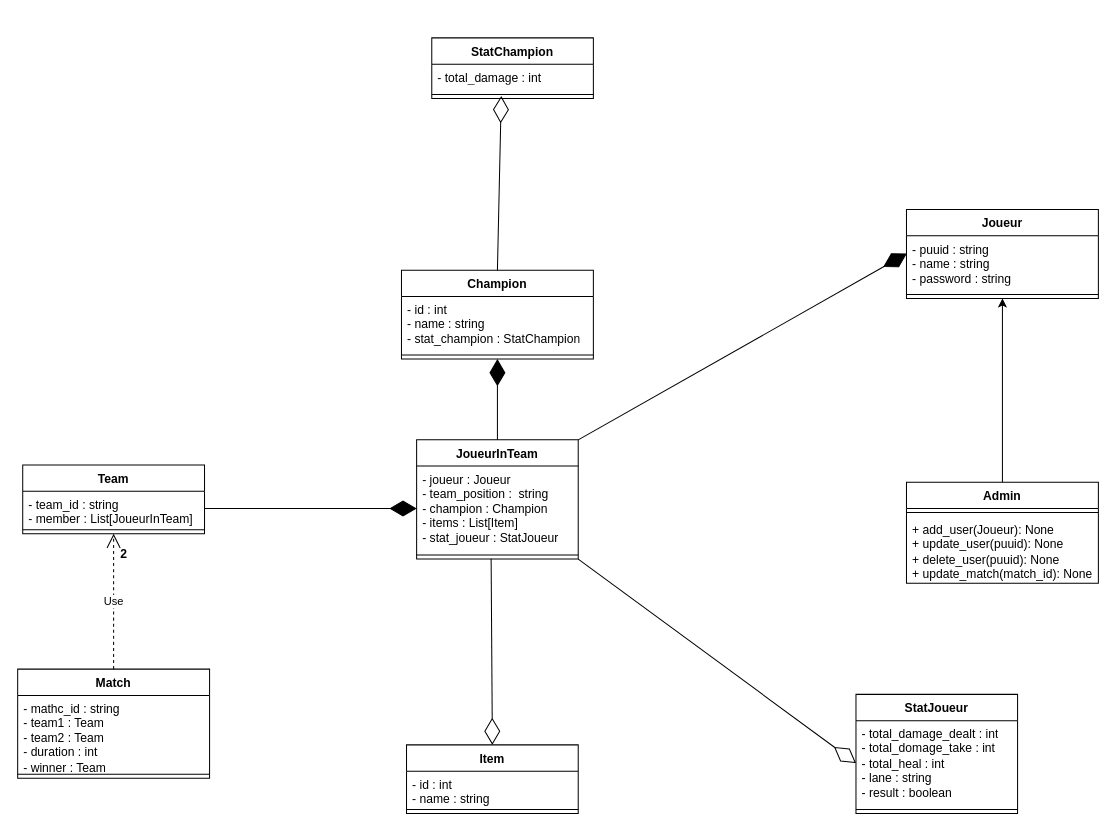
The draw.io diagram Image Prod/League of legends.drawio in Niyo-D-JC/HelpWork, before the edit. Source tidied: cells renumbered, new cells numbered last; positions are measured from the earlier drawing's top-left corner, leaving out a move shared by most shapes. Both pictures are drawn from the tidied source at 101%, with x=0, y=0 at pixel (17, 37).
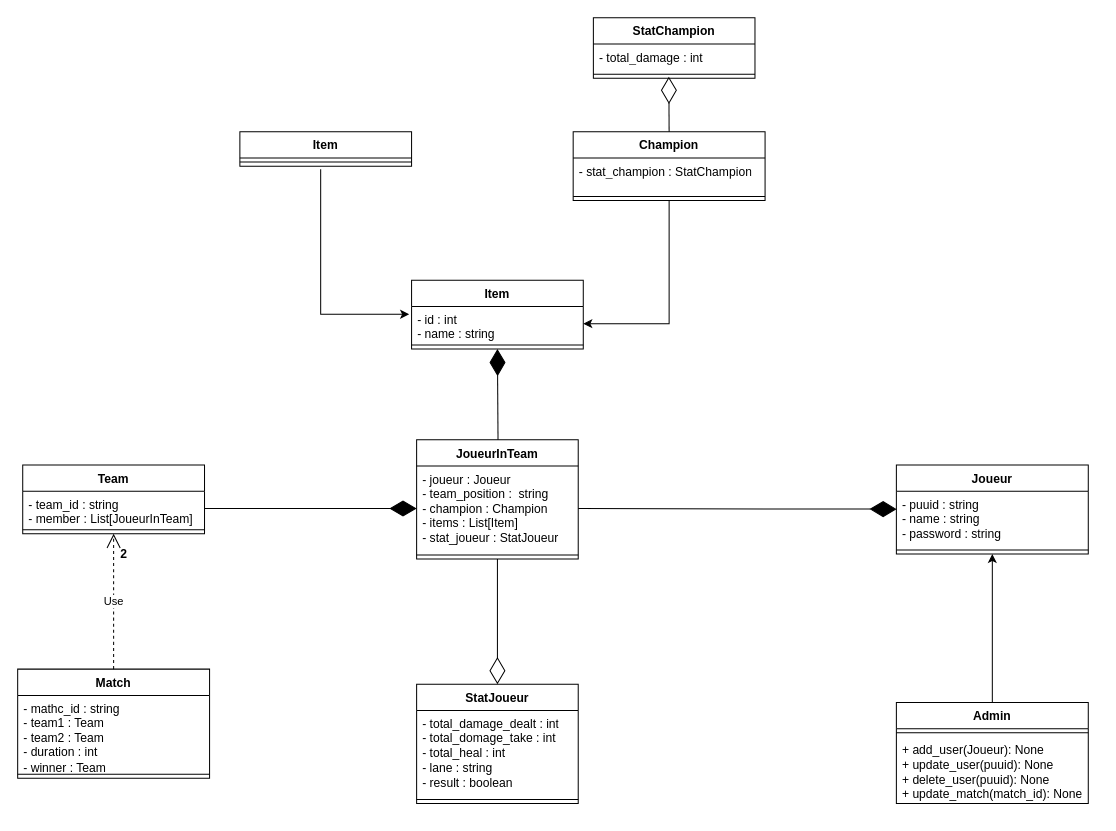
After the change.

Unchanged cells that the change refers to:
```xml
<mxCell id="4" style="line;strokeWidth=1;fillColor=none;align=left;verticalAlign=middle;spacingTop=-1;spacingLeft=3;spacingRight=3;labelPosition=right;points=[];portConstraint=eastwest;strokeColor=inherit;" parent="2" vertex="1">
  <mxGeometry y="52" width="160" height="8" as="geometry" />
</mxCell>
<mxCell id="6" value="- total_damage_dealt : int&lt;br&gt;- total_domage_take : int&lt;br&gt;- total_heal : int&lt;br&gt;- lane : string&lt;br&gt;- result : boolean" style="text;strokeColor=none;fillColor=none;align=left;verticalAlign=top;spacingLeft=4;spacingRight=4;overflow=hidden;points=[[0,0.5],[1,0.5]];portConstraint=eastwest;whiteSpace=wrap;html=1;" parent="5" vertex="1">
  <mxGeometry y="26" width="160" height="84" as="geometry" />
</mxCell>
<mxCell id="9" value="- puuid : string&lt;br&gt;- name : string&lt;span style=&quot;white-space: pre;&quot;&gt;&#9;&lt;/span&gt;&lt;br&gt;- password : string" style="text;strokeColor=none;fillColor=none;align=left;verticalAlign=top;spacingLeft=4;spacingRight=4;overflow=hidden;points=[[0,0.5],[1,0.5]];portConstraint=eastwest;whiteSpace=wrap;html=1;" parent="8" vertex="1">
  <mxGeometry y="26" width="190" height="54" as="geometry" />
</mxCell>
<mxCell id="15" value="JoueurInTeam" style="swimlane;fontStyle=1;align=center;verticalAlign=top;horizontal=1;startSize=26;whiteSpace=wrap;html=1;" parent="1" vertex="1">
  <mxGeometry x="395" y="398" width="160" height="118" as="geometry" />
</mxCell>
<mxCell id="16" value="- joueur : Joueur&lt;br&gt;- team_position :&amp;nbsp; string&lt;br&gt;- champion : Champion&lt;br&gt;- items : List[Item]&lt;br&gt;- stat_joueur : StatJoueur" style="text;strokeColor=none;fillColor=none;align=left;verticalAlign=top;spacingLeft=4;spacingRight=4;overflow=hidden;points=[[0,0.5],[1,0.5]];portConstraint=eastwest;whiteSpace=wrap;html=1;" parent="15" vertex="1">
  <mxGeometry y="26" width="160" height="84" as="geometry" />
</mxCell>
<mxCell id="17" style="line;strokeWidth=1;fillColor=none;align=left;verticalAlign=middle;spacingTop=-1;spacingLeft=3;spacingRight=3;labelPosition=right;points=[];portConstraint=eastwest;strokeColor=inherit;" parent="15" vertex="1">
  <mxGeometry y="110" width="160" height="8" as="geometry" />
</mxCell>
```

Diff of the diagram source:
```diff
@@
     <mxCell id="2" value="StatChampion" style="swimlane;fontStyle=1;align=center;verticalAlign=top;horizontal=1;startSize=26;whiteSpace=wrap;html=1;" parent="1" vertex="1">
-      <mxGeometry x="410" width="160" height="60" as="geometry" />
+      <mxGeometry x="570" y="-20" width="160" height="60" as="geometry" />
     </mxCell>
@@
     <mxCell id="5" value="StatJoueur" style="swimlane;fontStyle=1;align=center;verticalAlign=top;horizontal=1;startSize=26;whiteSpace=wrap;html=1;" parent="1" vertex="1">
-      <mxGeometry x="830" y="650" width="160" height="118" as="geometry" />
+      <mxGeometry x="395" y="640" width="160" height="118" as="geometry" />
     </mxCell>
@@
     <mxCell id="8" value="Joueur" style="swimlane;fontStyle=1;align=center;verticalAlign=top;horizontal=1;startSize=26;whiteSpace=wrap;html=1;" parent="1" vertex="1">
-      <mxGeometry x="880" y="170" width="190" height="88" as="geometry" />
+      <mxGeometry x="870" y="423" width="190" height="88" as="geometry" />
     </mxCell>
@@
     <mxCell id="11" style="edgeStyle=orthogonalEdgeStyle;rounded=0;jettySize=auto;html=1;entryX=0.5;entryY=1;entryDx=0;entryDy=0;" parent="1" edge="1" source="12" target="8">
       <mxGeometry relative="1" as="geometry">
         <Array as="points">
-          <mxPoint x="975" y="400" />
-          <mxPoint x="975" y="400" />
+          <mxPoint x="965" y="618" />
+          <mxPoint x="965" y="618" />
         </Array>
       </mxGeometry>
     </mxCell>
     <mxCell id="12" value="Admin" style="swimlane;fontStyle=1;align=center;verticalAlign=top;horizontal=1;startSize=26;whiteSpace=wrap;html=1;" parent="1" vertex="1">
-      <mxGeometry x="880" y="440" width="190" height="100" as="geometry" />
+      <mxGeometry x="870" y="658" width="190" height="100" as="geometry" />
     </mxCell>
@@
-    <mxCell id="24" value="Item" style="swimlane;fontStyle=1;align=center;verticalAlign=top;horizontal=1;startSize=26;whiteSpace=wrap;html=1;" parent="1" vertex="1">
-      <mxGeometry x="385" y="700" width="170" height="68" as="geometry" />
-    </mxCell>
-    <mxCell id="25" value="- id : int&lt;br&gt;- name : string" style="text;strokeColor=none;fillColor=none;align=left;verticalAlign=top;spacingLeft=4;spacingRight=4;overflow=hidden;points=[[0,0.5],[1,0.5]];portConstraint=eastwest;whiteSpace=wrap;html=1;" parent="24" vertex="1">
-      <mxGeometry y="26" width="170" height="34" as="geometry" />
-    </mxCell>
-    <mxCell id="26" style="line;strokeWidth=1;fillColor=none;align=left;verticalAlign=middle;spacingTop=-1;spacingLeft=3;spacingRight=3;labelPosition=right;strokeColor=inherit;" parent="24" vertex="1">
-      <mxGeometry y="60" width="170" height="8" as="geometry" />
-    </mxCell>
     <mxCell id="27" value="Champion" style="swimlane;fontStyle=1;align=center;verticalAlign=top;horizontal=1;startSize=26;whiteSpace=wrap;html=1;" parent="1" vertex="1">
-      <mxGeometry x="380" y="230" width="190" height="88" as="geometry" />
+      <mxGeometry x="550" y="93" width="190" height="68" as="geometry" />
     </mxCell>
-    <mxCell id="28" value="- id : int&lt;br&gt;- name : string&lt;br&gt;- stat_champion : StatChampion" style="text;strokeColor=none;fillColor=none;align=left;verticalAlign=top;spacingLeft=4;spacingRight=4;overflow=hidden;whiteSpace=wrap;html=1;" parent="27" vertex="1">
-      <mxGeometry y="26" width="190" height="54" as="geometry" />
+    <mxCell id="28" value="- stat_champion : StatChampion" style="text;strokeColor=none;fillColor=none;align=left;verticalAlign=top;spacingLeft=4;spacingRight=4;overflow=hidden;whiteSpace=wrap;html=1;" parent="27" vertex="1">
+      <mxGeometry y="26" width="190" height="34" as="geometry" />
     </mxCell>
     <mxCell id="29" style="line;strokeWidth=1;fillColor=none;align=left;verticalAlign=middle;spacingTop=-1;spacingLeft=3;spacingRight=3;labelPosition=right;strokeColor=inherit;" parent="27" vertex="1">
-      <mxGeometry y="80" width="190" height="8" as="geometry" />
+      <mxGeometry y="60" width="190" height="8" as="geometry" />
     </mxCell>
@@
-    <mxCell id="31" style="endArrow=diamondThin;endFill=1;endSize=24;html=1;rounded=0;entryX=0.002;entryY=0.326;entryDx=0;entryDy=0;entryPerimeter=0;exitX=1;exitY=0;exitDx=0;exitDy=0;" parent="1" edge="1" source="15" target="9">
+    <mxCell id="31" style="endArrow=diamondThin;endFill=1;endSize=24;html=1;rounded=0;entryX=0.002;entryY=0.326;entryDx=0;entryDy=0;entryPerimeter=0;exitX=1;exitY=0.5;exitDx=0;exitDy=0;" parent="1" edge="1" source="16" target="9">
       <mxGeometry relative="1" as="geometry" />
     </mxCell>
@@
-    <mxCell id="34" style="endArrow=diamondThin;endFill=1;endSize=24;html=1;rounded=0;exitX=0.5;exitY=0;exitDx=0;exitDy=0;entryX=0.5;entryY=1;entryDx=0;entryDy=0;" parent="1" edge="1" source="15" target="27">
-      <mxGeometry relative="1" as="geometry" />
+    <mxCell id="34" style="endArrow=diamondThin;endFill=1;endSize=24;html=1;rounded=0;exitX=0.5;exitY=0;exitDx=0;exitDy=0;entryX=0.5;entryY=1;entryDx=0;entryDy=0;" parent="1" edge="1">
+      <mxGeometry relative="1" as="geometry">
+        <mxPoint x="475.6" y="398" as="sourcePoint" />
+        <mxPoint x="475" y="308" as="targetPoint" />
+      </mxGeometry>
     </mxCell>
-    <mxCell id="35" style="endArrow=diamondThin;endFill=0;endSize=24;html=1;rounded=0;entryX=0.5;entryY=0;entryDx=0;entryDy=0;exitX=0.461;exitY=0.95;exitDx=0;exitDy=0;exitPerimeter=0;" parent="1" edge="1" source="17" target="24">
-      <mxGeometry relative="1" as="geometry" />
-    </mxCell>
-    <mxCell id="36" style="endArrow=diamondThin;endFill=0;endSize=24;html=1;exitX=0.5;exitY=0;exitDx=0;exitDy=0;rounded=0;entryX=0.43;entryY=0.7;entryDx=0;entryDy=0;entryPerimeter=0;" parent="1" edge="1" source="27" target="4">
+    <mxCell id="36" style="endArrow=diamondThin;endFill=0;endSize=24;html=1;exitX=0.5;exitY=0;exitDx=0;exitDy=0;rounded=0;entryX=0.467;entryY=0.8;entryDx=0;entryDy=0;entryPerimeter=0;" parent="1" edge="1" source="27" target="4">
       <mxGeometry relative="1" as="geometry" />
     </mxCell>
-    <mxCell id="37" style="endArrow=diamondThin;endFill=0;endSize=24;html=1;rounded=0;entryX=0;entryY=0.5;entryDx=0;entryDy=0;exitX=1;exitY=1;exitDx=0;exitDy=0;" parent="1" edge="1" source="15" target="6">
+    <mxCell id="37" style="endArrow=diamondThin;endFill=0;endSize=24;html=1;rounded=0;entryX=0.5;entryY=0;entryDx=0;entryDy=0;exitX=0.5;exitY=1;exitDx=0;exitDy=0;" parent="1" edge="1" source="15" target="5">
       <mxGeometry relative="1" as="geometry" />
     </mxCell>
+    <mxCell id="38" value="Item" style="swimlane;fontStyle=1;align=center;verticalAlign=top;horizontal=1;startSize=26;whiteSpace=wrap;html=1;" parent="1" vertex="1">
+      <mxGeometry x="220" y="93" width="170" height="34" as="geometry" />
+    </mxCell>
+    <mxCell id="39" style="line;strokeWidth=1;fillColor=none;align=left;verticalAlign=middle;spacingTop=-1;spacingLeft=3;spacingRight=3;labelPosition=right;strokeColor=inherit;" parent="38" vertex="1">
+      <mxGeometry y="26" width="170" height="8" as="geometry" />
+    </mxCell>
+    <mxCell id="40" value="Item" style="swimlane;fontStyle=1;align=center;verticalAlign=top;horizontal=1;startSize=26;whiteSpace=wrap;html=1;" parent="1" vertex="1">
+      <mxGeometry x="390" y="240" width="170" height="68" as="geometry" />
+    </mxCell>
+    <mxCell id="25" value="- id : int&lt;br&gt;- name : string" style="text;strokeColor=none;fillColor=none;align=left;verticalAlign=top;spacingLeft=4;spacingRight=4;overflow=hidden;points=[[0,0.5],[1,0.5]];portConstraint=eastwest;whiteSpace=wrap;html=1;" parent="40" vertex="1">
+      <mxGeometry y="26" width="170" height="34" as="geometry" />
+    </mxCell>
+    <mxCell id="26" style="line;strokeWidth=1;fillColor=none;align=left;verticalAlign=middle;spacingTop=-1;spacingLeft=3;spacingRight=3;labelPosition=right;strokeColor=inherit;" parent="40" vertex="1">
+      <mxGeometry y="60" width="170" height="8" as="geometry" />
+    </mxCell>
+    <mxCell id="41" style="edgeStyle=orthogonalEdgeStyle;rounded=0;jettySize=auto;html=1;entryX=-0.014;entryY=0.224;entryDx=0;entryDy=0;entryPerimeter=0;" parent="1" edge="1" target="25">
+      <mxGeometry relative="1" as="geometry">
+        <mxPoint x="300" y="130" as="sourcePoint" />
+        <Array as="points">
+          <mxPoint x="300" y="270" />
+          <mxPoint x="300" y="274" />
+        </Array>
+      </mxGeometry>
+    </mxCell>
+    <mxCell id="42" style="edgeStyle=orthogonalEdgeStyle;rounded=0;jettySize=auto;html=1;exitX=0.5;exitY=1;exitDx=0;exitDy=0;entryX=1;entryY=0.5;entryDx=0;entryDy=0;" parent="1" edge="1" source="27" target="25">
+      <mxGeometry relative="1" as="geometry">
+        <Array as="points">
+          <mxPoint x="645" y="283" />
+        </Array>
+      </mxGeometry>
+    </mxCell>
```
